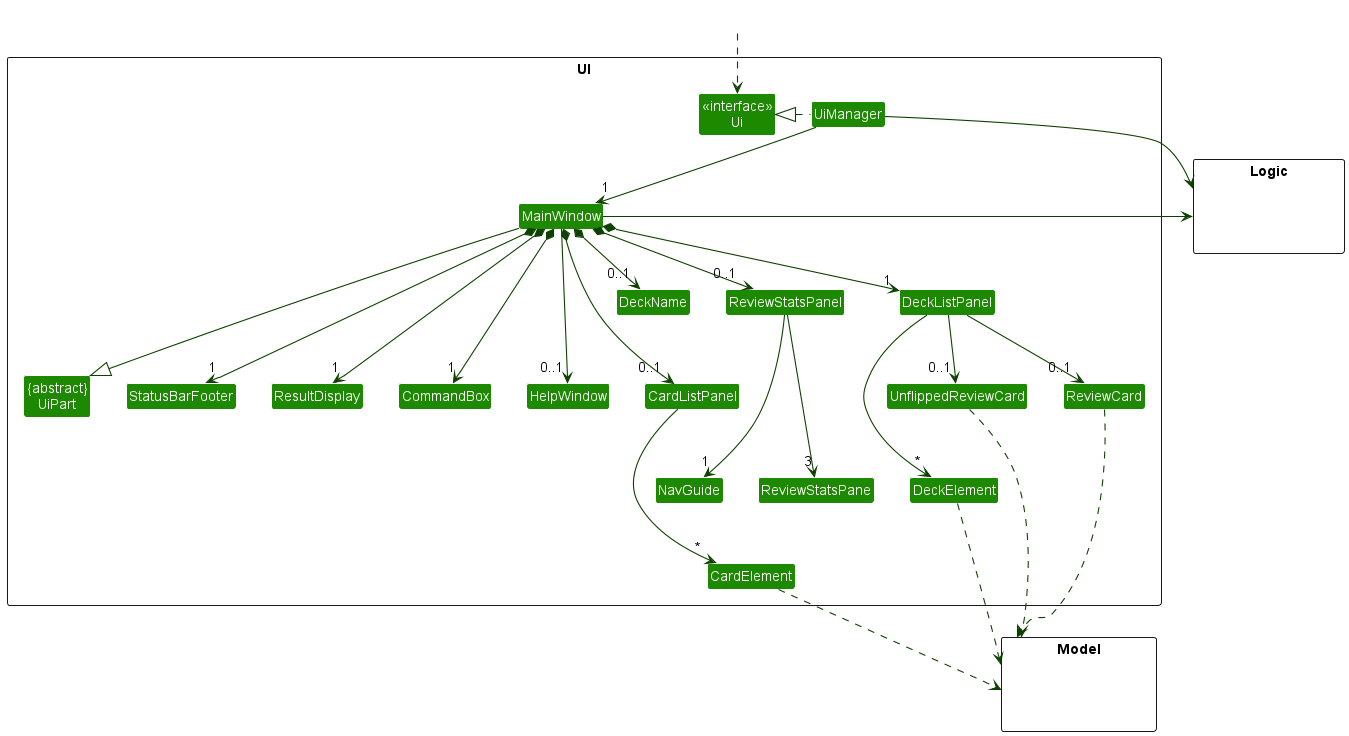
The PlantUML diagram docs/diagrams/UiClassDiagram.png in nus-cs2103-AY2223S2/tp, before a commit.
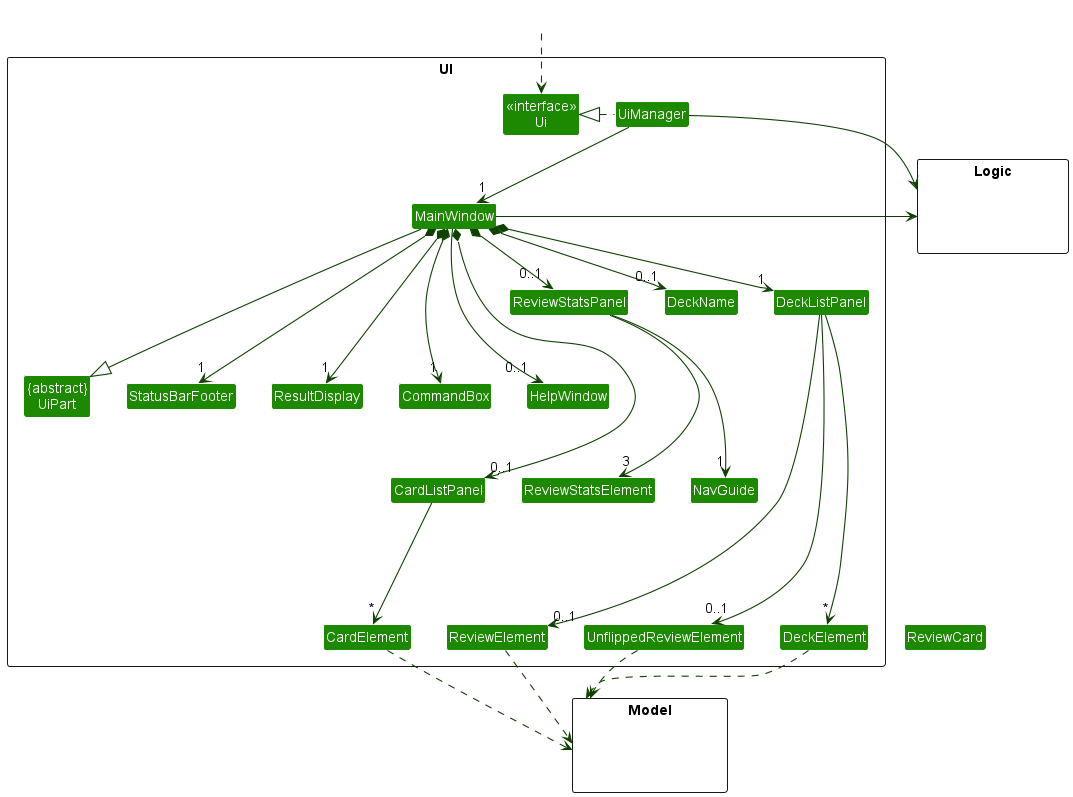
After the commit.

The edit, as a diff of the source:
```diff
@@ -19,10 +19,10 @@
 Class StatusBarFooter
 Class CommandBox
 Class ReviewStatsPanel
-Class ReviewStatsPane
+Class ReviewStatsElement
 Class NavGuide
-Class ReviewCard
-Class UnflippedReviewCard
+Class ReviewElement
+Class UnflippedReviewElement
 }
 
 package Model <<Rectangle>> {
@@ -41,16 +41,16 @@
 MainWindow *-down-->  "1" CommandBox
 MainWindow *-down--> "1" ResultDisplay
 MainWindow *-down-> "0..1" ReviewStatsPanel
-MainWindow *-down--> "0..1" CardListPanel
+MainWindow *-down---> "0..1" CardListPanel
 MainWindow *-down--> "1" StatusBarFooter
 MainWindow *-down-> "1" DeckListPanel
 MainWindow *-down-> "0..1" DeckName
 
 CardListPanel -down--> "*" CardElement
 DeckListPanel -down--> "*" DeckElement
-DeckListPanel -down-> "0..1" ReviewCard
-DeckListPanel -down-> "0..1" UnflippedReviewCard
-ReviewStatsPanel -down--> "3" ReviewStatsPane
+DeckListPanel -down----> "0..1" ReviewElement
+DeckListPanel -down----> "0..1" UnflippedReviewElement
+ReviewStatsPanel -down--> "3" ReviewStatsElement
 ReviewStatsPanel -down--> "1" NavGuide
 MainWindow --> "0..1" HelpWindow
 
@@ -58,19 +58,20 @@
 
 CardElement ..> Model
 DeckElement ..> Model
-ReviewCard ..> Model
-UnflippedReviewCard ..> Model
+ReviewElement ..> Model
+UnflippedReviewElement ..> Model
 UiManager -right-> Logic
 MainWindow -left-> Logic
 
 
 HelpWindow -[hidden]left- CommandBox
-DeckElement -[hidden]left- UnflippedReviewCard
-ReviewCard-[hidden]left- UnflippedReviewCard
-DeckElement -[hidden]left- ReviewCard
+DeckElement -[hidden]left- UnflippedReviewElement
+ReviewCard-[hidden]left- UnflippedReviewElement
+DeckElement -[hidden]left- ReviewElement
 CommandBox -[hidden]left- ResultDisplay
 ResultDisplay -[hidden]left- StatusBarFooter
 StatusBarFooter -[hidden]left- UiPart
+ReviewStatsPanel -[hidden]right- CardListPanel
 
 MainWindow -[hidden]-|> UiPart
 @enduml
```
